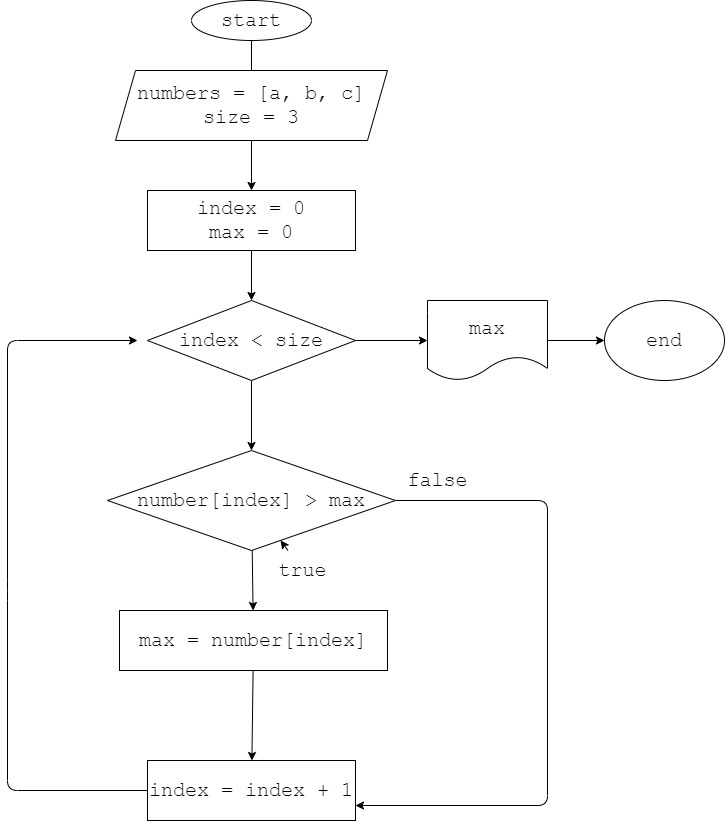
This is Exp02/diagram1.drawio.png from BKristinaA/HomeWork_01, a draw.io export, as it was before one commit. Source tidied: cells renumbered, new cells last; positions are measured from the earlier drawing's top-left corner, leaving out a move shared by most shapes.
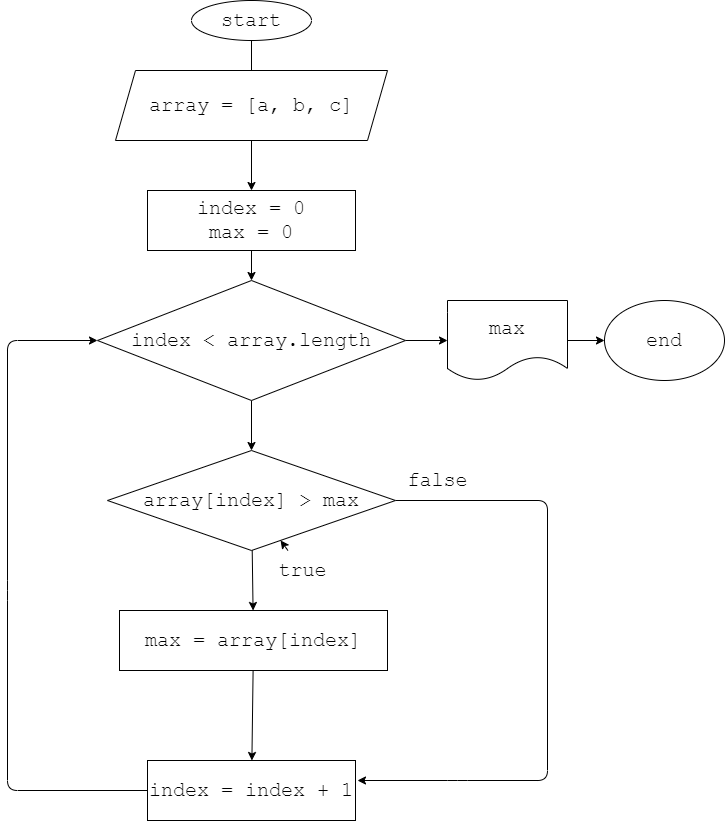
The same file after the commit.

Commit message:
Исправили диаграмму

Diff of the diagram source:
```diff
@@ -15,7 +15,7 @@
         <mxPoint x="244" y="190" as="targetPoint" />
       </mxGeometry>
     </mxCell>
-    <mxCell id="5" value="numbers = [a, b, c]&lt;br&gt;size = 3" style="shape=parallelogram;perimeter=parallelogramPerimeter;whiteSpace=wrap;html=1;fixedSize=1;fontFamily=Courier New;fontSize=20;" parent="1" vertex="1">
+    <mxCell id="5" value="array = [a, b, c]&lt;br&gt;" style="shape=parallelogram;perimeter=parallelogramPerimeter;whiteSpace=wrap;html=1;fixedSize=1;fontFamily=Courier New;fontSize=20;" parent="1" vertex="1">
       <mxGeometry x="108" y="70" width="272" height="70" as="geometry" />
     </mxCell>
     <mxCell id="6" style="edgeStyle=none;html=1;fontFamily=Courier New;fontSize=20;" parent="1" edge="1" source="7" target="10">
@@ -30,32 +30,33 @@
     <mxCell id="9" style="edgeStyle=none;html=1;fontFamily=Courier New;fontSize=20;" parent="1" edge="1" source="10" target="22">
       <mxGeometry relative="1" as="geometry" />
     </mxCell>
-    <mxCell id="10" value="index &amp;lt; size" style="rhombus;whiteSpace=wrap;html=1;fontFamily=Courier New;fontSize=20;" parent="1" vertex="1">
-      <mxGeometry x="140" y="300" width="208" height="80" as="geometry" />
+    <mxCell id="10" value="index &amp;lt; array.length" style="rhombus;whiteSpace=wrap;html=1;fontFamily=Courier New;fontSize=20;" parent="1" vertex="1">
+      <mxGeometry x="90" y="280" width="308" height="120" as="geometry" />
     </mxCell>
     <mxCell id="11" style="edgeStyle=none;html=1;fontFamily=Courier New;fontSize=20;" parent="1" edge="1" source="13" target="15">
       <mxGeometry relative="1" as="geometry" />
     </mxCell>
-    <mxCell id="12" style="edgeStyle=none;html=1;fontFamily=Courier New;fontSize=20;entryX=1;entryY=0.75;entryDx=0;entryDy=0;" parent="1" edge="1" source="13" target="17">
+    <mxCell id="12" style="edgeStyle=none;html=1;fontFamily=Courier New;fontSize=20;" parent="1" edge="1" source="13">
       <mxGeometry relative="1" as="geometry">
+        <mxPoint x="350" y="780" as="targetPoint" />
         <Array as="points">
           <mxPoint x="540" y="500" />
-          <mxPoint x="540" y="805" />
+          <mxPoint x="540" y="780" />
+          <mxPoint x="450" y="780" />
         </Array>
       </mxGeometry>
     </mxCell>
-    <mxCell id="13" value="number[index] &amp;gt; max" style="rhombus;whiteSpace=wrap;html=1;fontFamily=Courier New;fontSize=20;" parent="1" vertex="1">
+    <mxCell id="13" value="array[index] &amp;gt; max" style="rhombus;whiteSpace=wrap;html=1;fontFamily=Courier New;fontSize=20;" parent="1" vertex="1">
       <mxGeometry x="100" y="450" width="288" height="100" as="geometry" />
     </mxCell>
     <mxCell id="14" style="edgeStyle=none;html=1;fontFamily=Courier New;fontSize=20;" parent="1" edge="1" source="15" target="17">
       <mxGeometry relative="1" as="geometry" />
     </mxCell>
-    <mxCell id="15" value="max = number[index]" style="rounded=0;whiteSpace=wrap;html=1;fontFamily=Courier New;fontSize=20;" parent="1" vertex="1">
+    <mxCell id="15" value="max = array[index]" style="rounded=0;whiteSpace=wrap;html=1;fontFamily=Courier New;fontSize=20;" parent="1" vertex="1">
       <mxGeometry x="112" y="610" width="268" height="60" as="geometry" />
     </mxCell>
-    <mxCell id="16" style="edgeStyle=none;html=1;fontFamily=Courier New;fontSize=20;" parent="1" edge="1" source="17">
+    <mxCell id="16" style="edgeStyle=none;html=1;fontFamily=Courier New;fontSize=20;entryX=0;entryY=0.5;entryDx=0;entryDy=0;" parent="1" edge="1" source="17" target="10">
       <mxGeometry relative="1" as="geometry">
-        <mxPoint x="130" y="340" as="targetPoint" />
         <Array as="points">
           <mxPoint y="790" />
           <mxPoint y="590" />
@@ -79,7 +80,7 @@
       <mxGeometry relative="1" as="geometry" />
     </mxCell>
     <mxCell id="22" value="max" style="shape=document;whiteSpace=wrap;html=1;boundedLbl=1;fontFamily=Courier New;fontSize=20;" parent="1" vertex="1">
-      <mxGeometry x="420" y="300" width="120" height="80" as="geometry" />
+      <mxGeometry x="440" y="300" width="120" height="80" as="geometry" />
     </mxCell>
     <mxCell id="23" value="end" style="ellipse;whiteSpace=wrap;html=1;fontFamily=Courier New;fontSize=20;" parent="1" vertex="1">
       <mxGeometry x="597" y="300" width="120" height="80" as="geometry" />
```
